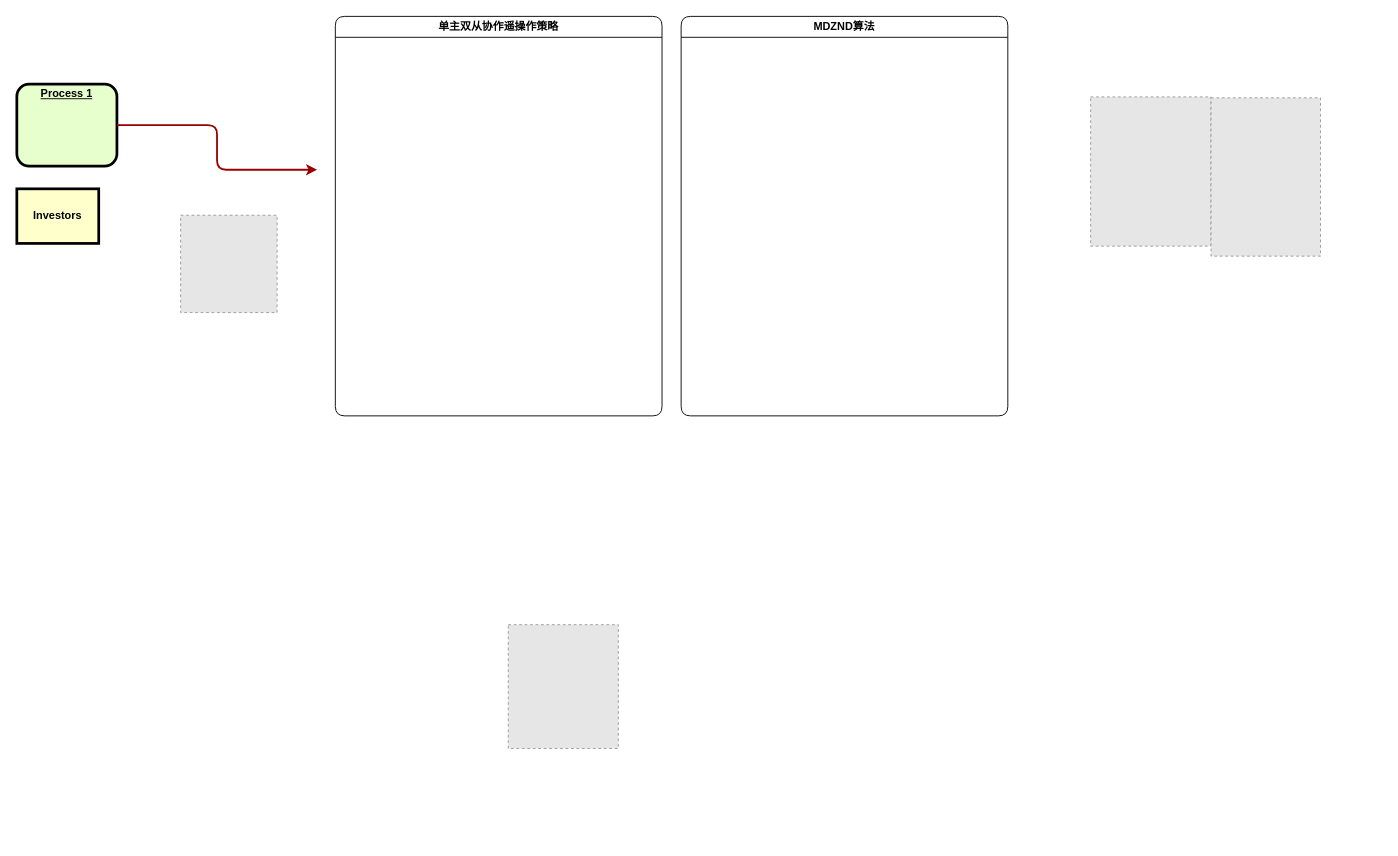
KirisaameMarisa/draw.io keeps this draw.io diagram as 毕业论文框架图.drawio. Above is the earlier version. Source tidied: cells renumbered, new cells numbered last; positions are measured from the earlier drawing's top-left corner, leaving out a move shared by most shapes. Both pictures are drawn from the tidied source at 91%, with x=0, y=0 at pixel (16, 16). Pictures stored in the file or linked from it are replaced by grey dashed boxes.
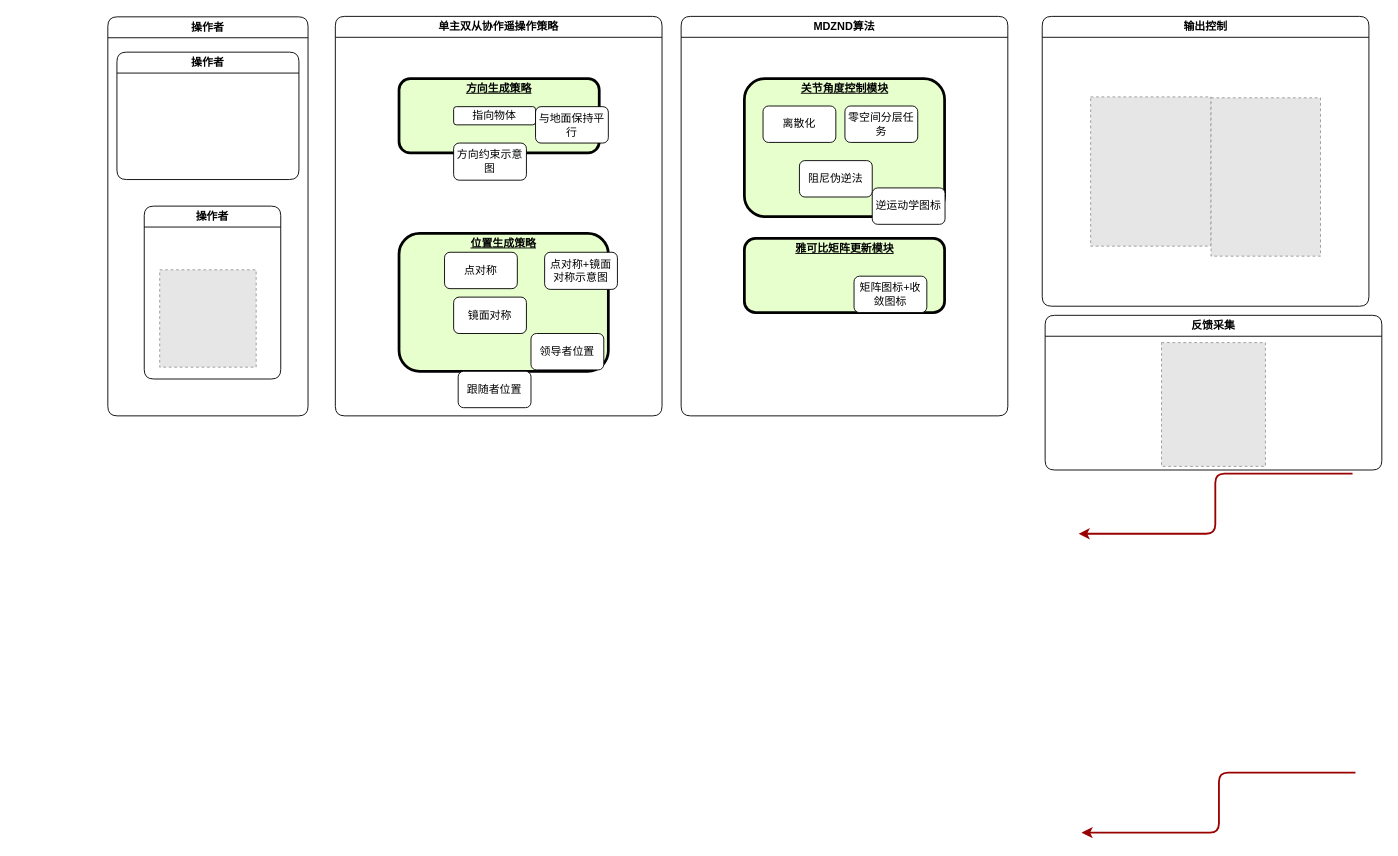
The same page after the edit.

Commit message (it also covers changes not shown here):
更新毕业论文框架图.drawio

The change refers to these unchanged cells:
```xml
<mxCell id="7" value="单主双从协作遥操作策略" style="swimlane;whiteSpace=wrap;html=1;rounded=1;" parent="1" vertex="1">
  <mxGeometry x="350" y="-0.5" width="359" height="439" as="geometry" />
</mxCell>
<mxCell id="8" value="MDZND算法" style="swimlane;whiteSpace=wrap;html=1;rounded=1;" parent="1" vertex="1">
  <mxGeometry x="730" y="-0.5" width="359" height="439" as="geometry" />
</mxCell>
```

Change to the diagram source:
```diff
@@
-    <mxCell id="2" value="&lt;p style=&quot;margin: 0px; margin-top: 4px; text-align: center; text-decoration: underline;&quot;&gt;&lt;strong&gt;Process 1&lt;/strong&gt;&lt;/p&gt;&lt;p style=&quot;margin: 0px; margin-left: 8px;&quot;&gt;&lt;br&gt;&lt;/p&gt;" style="verticalAlign=middle;align=center;overflow=fill;fontSize=12;fontFamily=Helvetica;html=1;rounded=1;fontStyle=1;strokeWidth=3;fillColor=#E6FFCC;" parent="1" vertex="1">
-      <mxGeometry y="74" width="110" height="90" as="geometry" />
-    </mxCell>
-    <mxCell id="3" value="Investors" style="whiteSpace=wrap;align=center;verticalAlign=middle;fontStyle=1;strokeWidth=3;fillColor=#FFFFCC;" parent="1" vertex="1">
-      <mxGeometry y="189" width="90" height="60" as="geometry" />
-    </mxCell>
-    <mxCell id="4" style="edgeStyle=elbowEdgeStyle;elbow=horizontal;strokeColor=#990000;strokeWidth=2;" parent="1" edge="1" source="2">
-      <mxGeometry relative="1" as="geometry">
-        <mxPoint x="330" y="168" as="targetPoint" />
-      </mxGeometry>
-    </mxCell>
-    <mxCell id="5" style="fillColor=#E6E6E6;strokeColor=#999999;dashed=1;verticalLabelPosition=bottom;labelBackgroundColor=default;verticalAlign=top;" parent="1" vertex="1">
-      <mxGeometry x="180" y="218" width="106" height="107" as="geometry" />
-    </mxCell>
-    <mxCell id="6" style="fillColor=#E6E6E6;strokeColor=#999999;dashed=1;verticalLabelPosition=bottom;labelBackgroundColor=default;verticalAlign=top;" parent="1" vertex="1">
-      <mxGeometry x="540" y="668" width="121" height="136" as="geometry" />
-    </mxCell>
@@
+    <mxCell id="12" value="&lt;p style=&quot;margin: 0px; margin-top: 4px; text-align: center; text-decoration: underline;&quot;&gt;方向生成策略&lt;/p&gt;&lt;p style=&quot;margin: 0px; margin-left: 8px;&quot;&gt;&lt;br&gt;&lt;/p&gt;" style="verticalAlign=middle;align=center;overflow=fill;fontSize=12;fontFamily=Helvetica;html=1;rounded=1;fontStyle=1;strokeWidth=3;fillColor=#E6FFCC;" parent="7" vertex="1">
+      <mxGeometry x="70" y="68.5" width="220" height="81.5" as="geometry" />
+    </mxCell>
+    <mxCell id="13" value="&lt;p style=&quot;margin: 0px; margin-top: 4px; text-align: center; text-decoration: underline;&quot;&gt;位置生成策略&lt;/p&gt;&lt;p style=&quot;margin: 0px; margin-left: 8px;&quot;&gt;&lt;br&gt;&lt;/p&gt;" style="verticalAlign=middle;align=center;overflow=fill;fontSize=12;fontFamily=Helvetica;html=1;rounded=1;fontStyle=1;strokeWidth=3;fillColor=#E6FFCC;" parent="7" vertex="1">
+      <mxGeometry x="70" y="238.5" width="230" height="151.5" as="geometry" />
+    </mxCell>
+    <mxCell id="14" value="指向物体" style="rounded=1;whiteSpace=wrap;html=1;" parent="7" vertex="1">
+      <mxGeometry x="130" y="99.2" width="90" height="20" as="geometry" />
+    </mxCell>
+    <mxCell id="15" value="与地面保持平行" style="rounded=1;whiteSpace=wrap;html=1;" parent="7" vertex="1">
+      <mxGeometry x="220" y="99.2" width="80" height="40" as="geometry" />
+    </mxCell>
+    <mxCell id="16" value="点对称" style="rounded=1;whiteSpace=wrap;html=1;" parent="7" vertex="1">
+      <mxGeometry x="120" y="259.2" width="80" height="40" as="geometry" />
+    </mxCell>
+    <mxCell id="17" value="镜面对称" style="rounded=1;whiteSpace=wrap;html=1;" parent="7" vertex="1">
+      <mxGeometry x="130" y="308.5" width="80" height="40" as="geometry" />
+    </mxCell>
+    <mxCell id="18" value="跟随者位置" style="rounded=1;whiteSpace=wrap;html=1;" parent="7" vertex="1">
+      <mxGeometry x="135" y="390" width="80" height="40" as="geometry" />
+    </mxCell>
+    <mxCell id="19" value="领导者位置" style="rounded=1;whiteSpace=wrap;html=1;" parent="7" vertex="1">
+      <mxGeometry x="215" y="348.5" width="80" height="40" as="geometry" />
+    </mxCell>
+    <mxCell id="20" value="方向约束示意图" style="rounded=1;whiteSpace=wrap;html=1;" parent="7" vertex="1">
+      <mxGeometry x="130" y="139.2" width="80" height="40.8" as="geometry" />
+    </mxCell>
+    <mxCell id="21" value="点对称+镜面对称示意图" style="rounded=1;whiteSpace=wrap;html=1;" parent="7" vertex="1">
+      <mxGeometry x="230" y="259.2" width="80" height="40.8" as="geometry" />
+    </mxCell>
@@
+    <mxCell id="22" value="&lt;p style=&quot;margin: 0px; margin-top: 4px; text-align: center; text-decoration: underline;&quot;&gt;关节角度控制模块&lt;/p&gt;&lt;p style=&quot;margin: 0px; margin-left: 8px;&quot;&gt;&lt;br&gt;&lt;/p&gt;" style="verticalAlign=middle;align=center;overflow=fill;fontSize=12;fontFamily=Helvetica;html=1;rounded=1;fontStyle=1;strokeWidth=3;fillColor=#E6FFCC;" parent="8" vertex="1">
+      <mxGeometry x="69.5" y="68.5" width="220" height="151.5" as="geometry" />
+    </mxCell>
+    <mxCell id="23" value="&lt;p style=&quot;margin: 0px; margin-top: 4px; text-align: center; text-decoration: underline;&quot;&gt;雅可比矩阵更新模块&lt;/p&gt;&lt;p style=&quot;margin: 0px; margin-left: 8px;&quot;&gt;&lt;br&gt;&lt;/p&gt;" style="verticalAlign=middle;align=center;overflow=fill;fontSize=12;fontFamily=Helvetica;html=1;rounded=1;fontStyle=1;strokeWidth=3;fillColor=#E6FFCC;" parent="8" vertex="1">
+      <mxGeometry x="69.5" y="244" width="220" height="81.5" as="geometry" />
+    </mxCell>
+    <mxCell id="24" value="离散化" style="rounded=1;whiteSpace=wrap;html=1;" parent="8" vertex="1">
+      <mxGeometry x="90" y="98.5" width="80" height="40" as="geometry" />
+    </mxCell>
+    <mxCell id="25" value="零空间分层任务" style="rounded=1;whiteSpace=wrap;html=1;" parent="8" vertex="1">
+      <mxGeometry x="180" y="98.5" width="80" height="40" as="geometry" />
+    </mxCell>
+    <mxCell id="26" value="阻尼伪逆法" style="rounded=1;whiteSpace=wrap;html=1;" parent="8" vertex="1">
+      <mxGeometry x="130" y="158.5" width="80" height="40" as="geometry" />
+    </mxCell>
+    <mxCell id="27" value="矩阵图标+收敛图标" style="rounded=1;whiteSpace=wrap;html=1;" parent="8" vertex="1">
+      <mxGeometry x="190" y="285.5" width="80" height="40" as="geometry" />
+    </mxCell>
@@
+    <mxCell id="28" value="操作者" style="swimlane;whiteSpace=wrap;html=1;rounded=1;startSize=23;" parent="1" vertex="1">
+      <mxGeometry x="100" width="220" height="438.5" as="geometry" />
+    </mxCell>
+    <mxCell id="29" value="操作者" style="swimlane;whiteSpace=wrap;html=1;rounded=1;" parent="28" vertex="1">
+      <mxGeometry x="10" y="38.8" width="200" height="140" as="geometry" />
+    </mxCell>
+    <mxCell id="30" value="输出控制" style="swimlane;whiteSpace=wrap;html=1;rounded=1;" parent="1" vertex="1">
+      <mxGeometry x="1126.8" y="-0.5" width="359" height="318.5" as="geometry" />
+    </mxCell>
+    <mxCell id="31" style="edgeStyle=elbowEdgeStyle;elbow=horizontal;strokeColor=#990000;strokeWidth=2;" parent="30" edge="1">
+      <mxGeometry relative="1" as="geometry">
+        <mxPoint x="341" y="502.5" as="sourcePoint" />
+        <mxPoint x="40" y="568.5" as="targetPoint" />
+      </mxGeometry>
+    </mxCell>
+    <mxCell id="32" value="操作者" style="swimlane;whiteSpace=wrap;html=1;rounded=1;" parent="1" vertex="1">
+      <mxGeometry x="140" y="208" width="150" height="190" as="geometry" />
+    </mxCell>
+    <mxCell id="5" style="fillColor=#E6E6E6;strokeColor=#999999;dashed=1;verticalLabelPosition=bottom;labelBackgroundColor=default;verticalAlign=top;" parent="32" vertex="1">
+      <mxGeometry x="17" y="70" width="106" height="107" as="geometry" />
+    </mxCell>
+    <mxCell id="33" value="逆运动学图标" style="rounded=1;whiteSpace=wrap;html=1;" parent="1" vertex="1">
+      <mxGeometry x="940" y="188" width="80" height="40" as="geometry" />
+    </mxCell>
+    <mxCell id="34" value="反馈采集" style="swimlane;whiteSpace=wrap;html=1;rounded=1;" parent="1" vertex="1">
+      <mxGeometry x="1130" y="328" width="370" height="170" as="geometry" />
+    </mxCell>
+    <mxCell id="35" style="edgeStyle=elbowEdgeStyle;elbow=horizontal;strokeColor=#990000;strokeWidth=2;" parent="34" edge="1">
+      <mxGeometry relative="1" as="geometry">
+        <mxPoint x="341" y="502.5" as="sourcePoint" />
+        <mxPoint x="40" y="568.5" as="targetPoint" />
+      </mxGeometry>
+    </mxCell>
+    <mxCell id="6" style="fillColor=#E6E6E6;strokeColor=#999999;dashed=1;verticalLabelPosition=bottom;labelBackgroundColor=default;verticalAlign=top;" parent="34" vertex="1">
+      <mxGeometry x="127.9" y="30" width="114.2" height="136" as="geometry" />
+    </mxCell>
```
